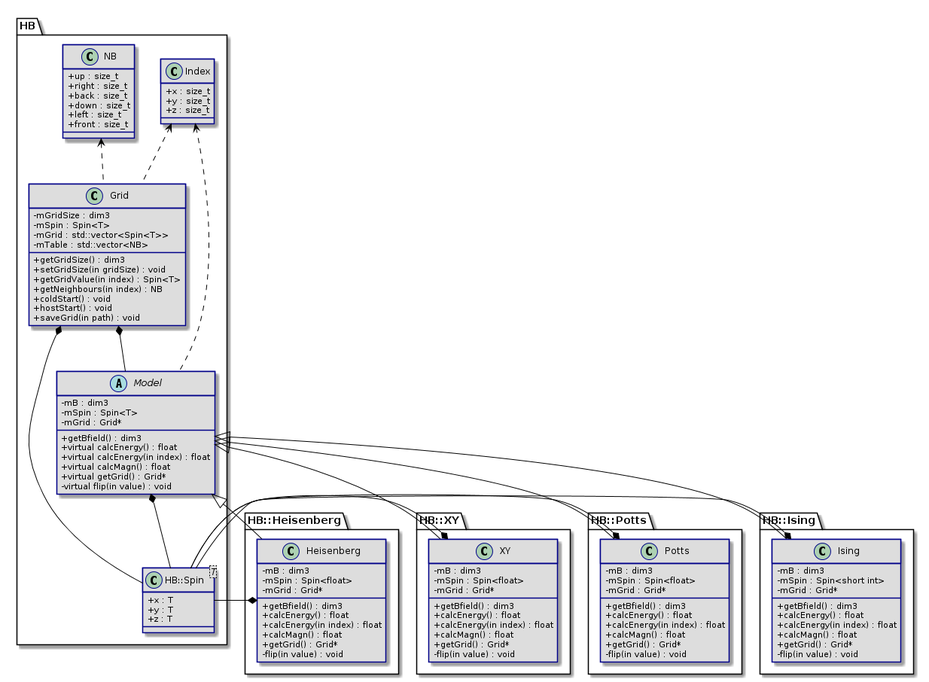
Above: doc/test.png in ThomasMKarl/Hpp (PlantUML), before the change. Its source is kept beside it as doc/test.puml. Source of this version:
```plantuml
@startuml
set namespaceSeparator ::
skinparam ArrowColor #000000
skinparam ClassBorderColor #000088
skinparam classAttributeIconSize 0

class HB::Index #DDDDDD {
  +x : size_t
  +y : size_t
  +z : size_t
}

class HB::NB #DDDDDD {
  +up : size_t
  +right : size_t
  +back : size_t
  +down : size_t
  +left : size_t
  +front : size_t
}

class HB::Grid #DDDDDD {
  -mGridSize : dim3
  -mSpin : Spin<T>
  -mGrid : std::vector<Spin<T>>
  -mTable : std::vector<NB>
  +getGridSize() : dim3
  +setGridSize(in gridSize) : void
  +getGridValue(in index) : Spin<T>
  +getNeighbours(in index) : NB
  +coldStart() : void
  +hostStart() : void
  +saveGrid(in path) : void
}

class "HB::Spin<T>" as HB::Spin_t #DDDDDD {
  +x : T
  +y : T
  +z : T
}

abstract class HB::Model #DDDDDD {
  -mB : dim3
  -mSpin : Spin<T>
  -mGrid : Grid*
  +getBfield() : dim3
  +virtual calcEnergy() : float
  +virtual calcEnergy(in index) : float
  +virtual calcMagn() : float
  +virtual getGrid() : Grid*
  -virtual flip(in value) : void
}
class HB::Heisenberg::Heisenberg #DDDDDD {
  -mB : dim3
  -mSpin : Spin<float>
  -mGrid : Grid*
  +getBfield() : dim3
  +calcEnergy() : float
  +calcEnergy(in index) : float
  +calcMagn() : float
  +getGrid() : Grid*
  -flip(in value) : void
}
class HB::XY::XY #DDDDDD {
  -mB : dim3
  -mSpin : Spin<float>
  -mGrid : Grid*
  +getBfield() : dim3
  +calcEnergy() : float
  +calcEnergy(in index) : float
  +calcMagn() : float
  +getGrid() : Grid*
  -flip(in value) : void
}
class HB::Potts::Potts #DDDDDD {
  -mB : dim3
  -mSpin : Spin<float>
  -mGrid : Grid*
  +getBfield() : dim3
  +calcEnergy() : float
  +calcEnergy(in index) : float
  +calcMagn() : float
  +getGrid() : Grid*
  -flip(in value) : void
}
class HB::Ising::Ising #DDDDDD {
  -mB : dim3
  -mSpin : Spin<short int>
  -mGrid : Grid*
  +getBfield() : dim3
  +calcEnergy() : float
  +calcEnergy(in index) : float
  +calcMagn() : float
  +getGrid() : Grid*
  -flip(in value) : void
}

HB::Model <|-- HB::Ising::Ising
HB::Model <|-- HB::Potts::Potts
HB::Model <|-- HB::XY::XY
HB::Model <|-- HB::Heisenberg::Heisenberg
HB::Grid *-- HB::Model
HB::NB <.. HB::Grid
HB::Grid *-- HB::Spin_t
HB::Model *-- HB::Spin_t
HB::Heisenberg::Heisenberg *-- HB::Spin_t
HB::XY::XY *-- HB::Spin_t
HB::Potts::Potts *-- HB::Spin_t
HB::Ising::Ising *-- HB::Spin_t
HB::Index <.. HB::Model
HB::Index <.. HB::Grid

@enduml
```
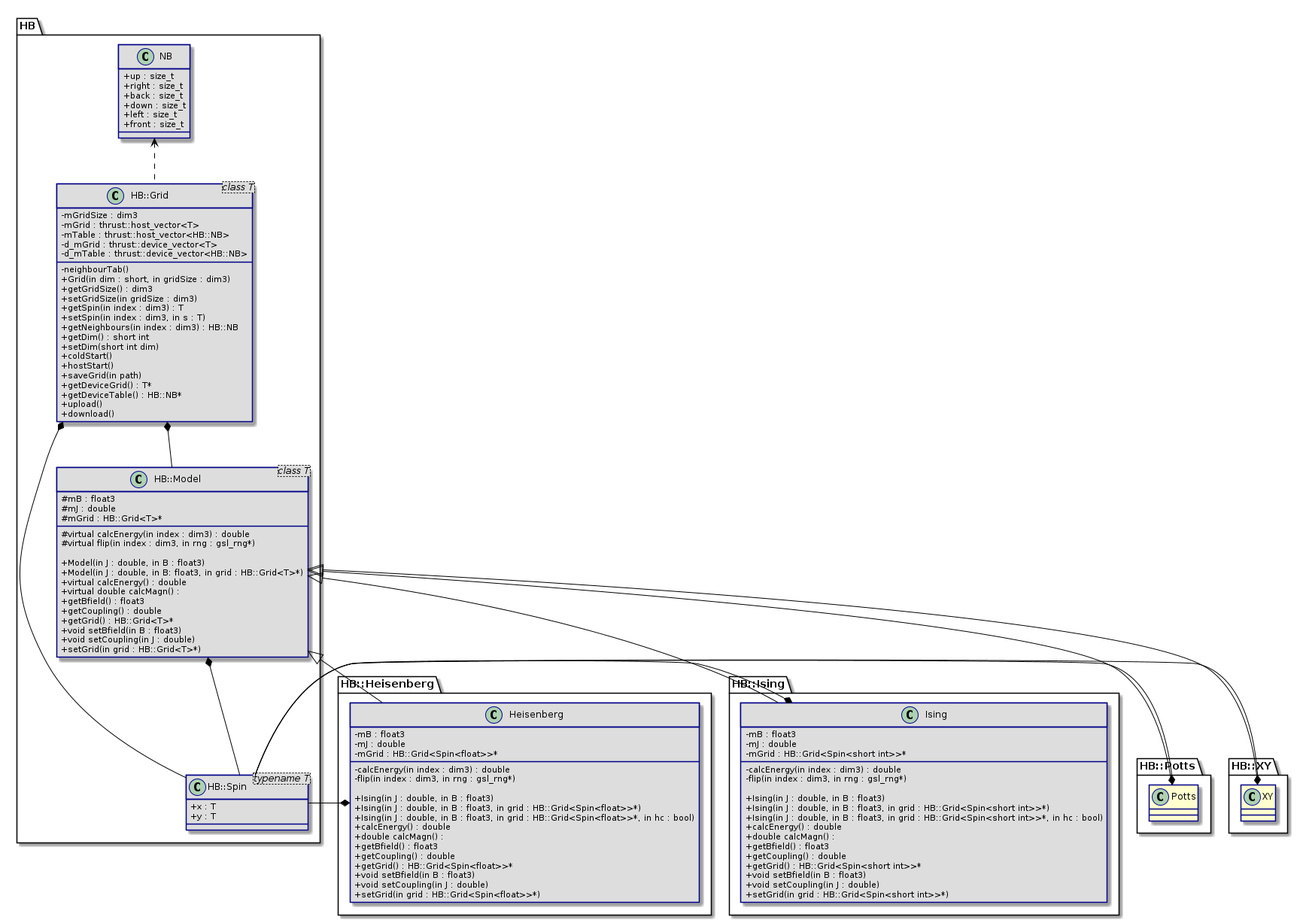
The same diagram one commit later.

Change to the diagram source:
```diff
@@ -3,12 +3,6 @@
 skinparam ArrowColor #000000
 skinparam ClassBorderColor #000088
 skinparam classAttributeIconSize 0
-
-class HB::Index #DDDDDD {
-  +x : size_t
-  +y : size_t
-  +z : size_t
-}
 
 class HB::NB #DDDDDD {
   +up : size_t
@@ -19,95 +13,106 @@
   +front : size_t
 }
 
-class HB::Grid #DDDDDD {
+class "HB::Grid<class T>" as HB::Grid_t #DDDDDD {
   -mGridSize : dim3
-  -mSpin : Spin<T>
-  -mGrid : std::vector<Spin<T>>
-  -mTable : std::vector<NB>
+  -mGrid : thrust::host_vector<T>
+  -mTable : thrust::host_vector<HB::NB>
+  -d_mGrid : thrust::device_vector<T>
+  -d_mTable : thrust::device_vector<HB::NB>
+  -neighbourTab()
+  +Grid(in dim : short, in gridSize : dim3)
   +getGridSize() : dim3
-  +setGridSize(in gridSize) : void
-  +getGridValue(in index) : Spin<T>
-  +getNeighbours(in index) : NB
-  +coldStart() : void
-  +hostStart() : void
-  +saveGrid(in path) : void
+  +setGridSize(in gridSize : dim3)
+  +getSpin(in index : dim3) : T
+  +setSpin(in index : dim3, in s : T)
+  +getNeighbours(in index : dim3) : HB::NB
+  +getDim() : short int
+  +setDim(short int dim)
+  +coldStart()
+  +hostStart()
+  +saveGrid(in path)
+  +getDeviceGrid() : T*
+  +getDeviceTable() : HB::NB*
+  +upload()
+  +download()
 }
 
-class "HB::Spin<T>" as HB::Spin_t #DDDDDD {
+class "HB::Spin<typename T>" as HB::Spin_t #DDDDDD {
   +x : T
   +y : T
-  +z : T
 }
 
-abstract class HB::Model #DDDDDD {
-  -mB : dim3
-  -mSpin : Spin<T>
-  -mGrid : Grid*
-  +getBfield() : dim3
-  +virtual calcEnergy() : float
-  +virtual calcEnergy(in index) : float
-  +virtual calcMagn() : float
-  +virtual getGrid() : Grid*
-  -virtual flip(in value) : void
+class "HB::Model<class T>" as HB::Model_t #DDDDDD {
+  #mB : float3
+  #mJ : double
+  #mGrid : HB::Grid<T>*
+
+  #virtual calcEnergy(in index : dim3) : double
+  #virtual flip(in index : dim3, in rng : gsl_rng*)
+
+  +Model(in J : double, in B : float3)
+  +Model(in J : double, in B: float3, in grid : HB::Grid<T>*)
+  +virtual calcEnergy() : double
+  +virtual double calcMagn() :
+  +getBfield() : float3
+  +getCoupling() : double
+  +getGrid() : HB::Grid<T>*
+  +void setBfield(in B : float3)
+  +void setCoupling(in J : double)
+  +setGrid(in grid : HB::Grid<T>*)
 }
 class HB::Heisenberg::Heisenberg #DDDDDD {
-  -mB : dim3
-  -mSpin : Spin<float>
-  -mGrid : Grid*
-  +getBfield() : dim3
-  +calcEnergy() : float
-  +calcEnergy(in index) : float
-  +calcMagn() : float
-  +getGrid() : Grid*
-  -flip(in value) : void
-}
-class HB::XY::XY #DDDDDD {
-  -mB : dim3
-  -mSpin : Spin<float>
-  -mGrid : Grid*
-  +getBfield() : dim3
-  +calcEnergy() : float
-  +calcEnergy(in index) : float
-  +calcMagn() : float
-  +getGrid() : Grid*
-  -flip(in value) : void
-}
-class HB::Potts::Potts #DDDDDD {
-  -mB : dim3
-  -mSpin : Spin<float>
-  -mGrid : Grid*
-  +getBfield() : dim3
-  +calcEnergy() : float
-  +calcEnergy(in index) : float
-  +calcMagn() : float
-  +getGrid() : Grid*
-  -flip(in value) : void
+  -mB : float3
+  -mJ : double
+  -mGrid : HB::Grid<Spin<float>>*
+
+  -calcEnergy(in index : dim3) : double
+  -flip(in index : dim3, in rng : gsl_rng*)
+
+  +Ising(in J : double, in B : float3)
+  +Ising(in J : double, in B : float3, in grid : HB::Grid<Spin<float>>*)
+  +Ising(in J : double, in B : float3, in grid : HB::Grid<Spin<float>>*, in hc : bool)
+  +calcEnergy() : double
+  +double calcMagn() :
+  +getBfield() : float3
+  +getCoupling() : double
+  +getGrid() : HB::Grid<Spin<float>>*
+  +void setBfield(in B : float3)
+  +void setCoupling(in J : double)
+  +setGrid(in grid : HB::Grid<Spin<float>>*)
 }
 class HB::Ising::Ising #DDDDDD {
-  -mB : dim3
-  -mSpin : Spin<short int>
-  -mGrid : Grid*
-  +getBfield() : dim3
-  +calcEnergy() : float
-  +calcEnergy(in index) : float
-  +calcMagn() : float
-  +getGrid() : Grid*
-  -flip(in value) : void
+  -mB : float3
+  -mJ : double
+  -mGrid : HB::Grid<Spin<short int>>*
+
+  -calcEnergy(in index : dim3) : double
+  -flip(in index : dim3, in rng : gsl_rng*)
+
+  +Ising(in J : double, in B : float3)
+  +Ising(in J : double, in B : float3, in grid : HB::Grid<Spin<short int>>*)
+  +Ising(in J : double, in B : float3, in grid : HB::Grid<Spin<short int>>*, in hc : bool)
+  +calcEnergy() : double
+  +double calcMagn() :
+  +getBfield() : float3
+  +getCoupling() : double
+  +getGrid() : HB::Grid<Spin<short int>>*
+  +void setBfield(in B : float3)
+  +void setCoupling(in J : double)
+  +setGrid(in grid : HB::Grid<Spin<short int>>*)
 }
 
-HB::Model <|-- HB::Ising::Ising
-HB::Model <|-- HB::Potts::Potts
-HB::Model <|-- HB::XY::XY
-HB::Model <|-- HB::Heisenberg::Heisenberg
-HB::Grid *-- HB::Model
-HB::NB <.. HB::Grid
-HB::Grid *-- HB::Spin_t
-HB::Model *-- HB::Spin_t
+HB::Model_t <|-- HB::Ising::Ising
+HB::Model_t <|-- HB::Potts::Potts
+HB::Model_t <|-- HB::XY::XY
+HB::Model_t <|-- HB::Heisenberg::Heisenberg
+HB::Grid_t *-- HB::Model_t
+HB::NB <.. HB::Grid_t
+HB::Grid_t *-- HB::Spin_t
+HB::Model_t *-- HB::Spin_t
 HB::Heisenberg::Heisenberg *-- HB::Spin_t
 HB::XY::XY *-- HB::Spin_t
 HB::Potts::Potts *-- HB::Spin_t
 HB::Ising::Ising *-- HB::Spin_t
-HB::Index <.. HB::Model
-HB::Index <.. HB::Grid
 
 @enduml
```
